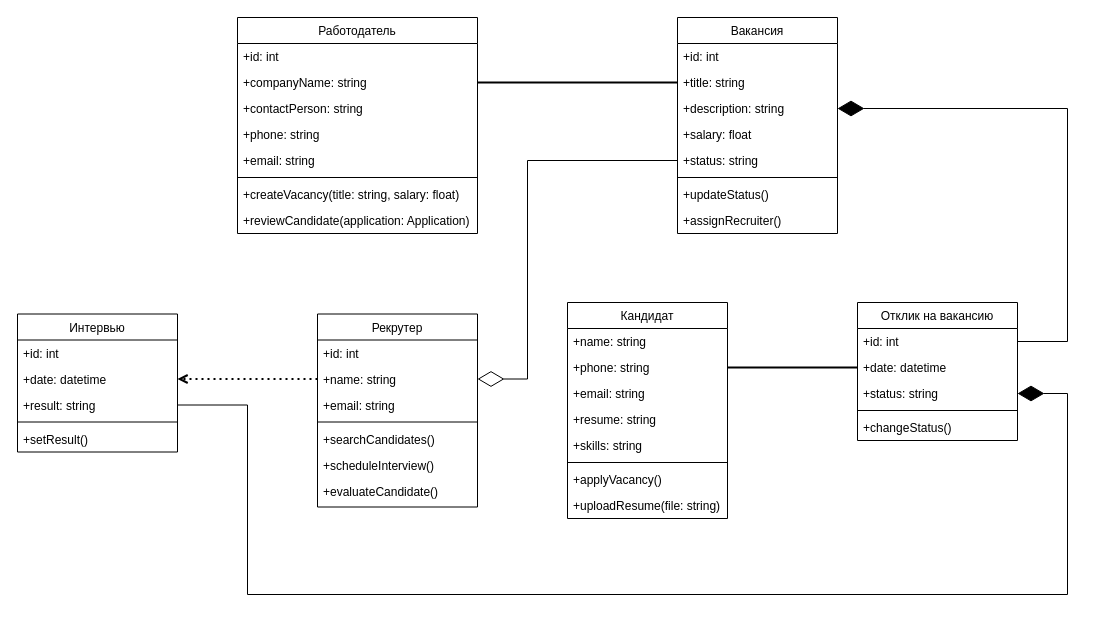
Above: Классов_.drawio in Regdal-cyber/Coursework (draw.io), before the change. Source tidied: cells renumbered, new cells numbered last; positions are measured from the earlier drawing's top-left corner, leaving out a move shared by most shapes. Both pictures are drawn from the tidied source at 100%, with x=0, y=0 at pixel (17, 17).
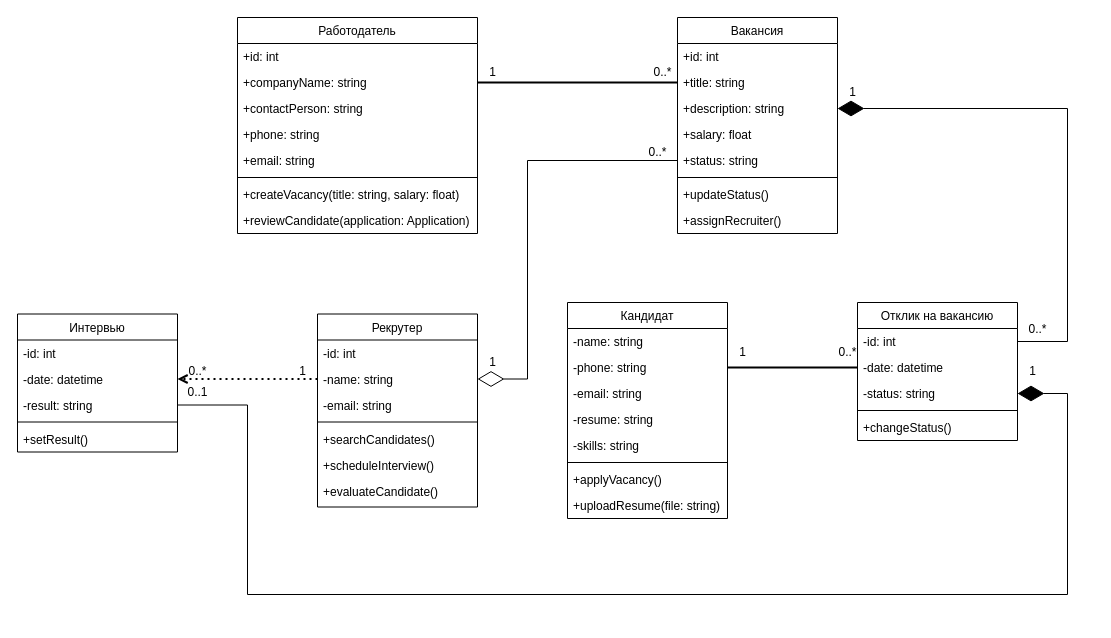
Above is the later version.

Unchanged cells that the change refers to:
```xml
<mxCell id="21" value="Рекрутер" style="swimlane;fontStyle=0;align=center;verticalAlign=top;horizontal=1;startSize=26;rounded=0;shadow=0;strokeWidth=1;" parent="1" vertex="1">
  <mxGeometry x="300" y="296.5" width="160" height="193" as="geometry" />
</mxCell>
<mxCell id="30" value="Кандидат" style="swimlane;fontStyle=0;align=center;verticalAlign=top;horizontal=1;startSize=26;rounded=0;shadow=0;strokeWidth=1;" parent="1" vertex="1">
  <mxGeometry x="550" y="285" width="160" height="216" as="geometry" />
</mxCell>
<mxCell id="39" value="Отклик на вакансию" style="swimlane;fontStyle=0;align=center;verticalAlign=top;horizontal=1;startSize=26;rounded=0;shadow=0;strokeWidth=1;" parent="1" vertex="1">
  <mxGeometry x="840" y="285" width="160" height="138" as="geometry" />
</mxCell>
<mxCell id="45" value="Интервью" style="swimlane;fontStyle=0;align=center;verticalAlign=top;horizontal=1;startSize=26;rounded=0;shadow=0;strokeWidth=1;" parent="1" vertex="1">
  <mxGeometry y="296.5" width="160" height="138" as="geometry" />
</mxCell>
```

The edit, as a diff of the source:
```diff
@@
-    <mxCell id="22" value="+id: int " style="text;align=left;verticalAlign=top;spacingLeft=4;spacingRight=4;overflow=hidden;" parent="21" vertex="1">
+    <mxCell id="22" value="-id: int " style="text;align=left;verticalAlign=top;spacingLeft=4;spacingRight=4;overflow=hidden;" parent="21" vertex="1">
       <mxGeometry y="26" width="160" height="26" as="geometry" />
     </mxCell>
-    <mxCell id="23" value="+name: string" style="text;align=left;verticalAlign=top;spacingLeft=4;spacingRight=4;overflow=hidden;points=[[0,0.5],[1,0.5]];portConstraint=eastwest;rounded=0;shadow=0;html=0;" parent="21" vertex="1">
+    <mxCell id="23" value="-name: string" style="text;align=left;verticalAlign=top;spacingLeft=4;spacingRight=4;overflow=hidden;points=[[0,0.5],[1,0.5]];portConstraint=eastwest;rounded=0;shadow=0;html=0;" parent="21" vertex="1">
       <mxGeometry y="52" width="160" height="26" as="geometry" />
     </mxCell>
-    <mxCell id="24" value="+email: string" style="text;align=left;verticalAlign=top;spacingLeft=4;spacingRight=4;overflow=hidden;rounded=0;shadow=0;html=0;" parent="21" vertex="1">
+    <mxCell id="24" value="-email: string" style="text;align=left;verticalAlign=top;spacingLeft=4;spacingRight=4;overflow=hidden;rounded=0;shadow=0;html=0;" parent="21" vertex="1">
       <mxGeometry y="78" width="160" height="26" as="geometry" />
     </mxCell>
@@
-    <mxCell id="31" value="+name: string " style="text;align=left;verticalAlign=top;spacingLeft=4;spacingRight=4;overflow=hidden;rounded=0;shadow=0;html=0;" parent="30" vertex="1">
+    <mxCell id="31" value="-name: string " style="text;align=left;verticalAlign=top;spacingLeft=4;spacingRight=4;overflow=hidden;rounded=0;shadow=0;html=0;" parent="30" vertex="1">
       <mxGeometry y="26" width="160" height="26" as="geometry" />
     </mxCell>
-    <mxCell id="32" value="+phone: string" style="text;align=left;verticalAlign=top;spacingLeft=4;spacingRight=4;overflow=hidden;points=[[0,0.5],[1,0.5]];portConstraint=eastwest;rounded=0;shadow=0;html=0;" parent="30" vertex="1">
+    <mxCell id="32" value="-phone: string" style="text;align=left;verticalAlign=top;spacingLeft=4;spacingRight=4;overflow=hidden;points=[[0,0.5],[1,0.5]];portConstraint=eastwest;rounded=0;shadow=0;html=0;" parent="30" vertex="1">
       <mxGeometry y="52" width="160" height="26" as="geometry" />
     </mxCell>
-    <mxCell id="33" value="+email: string" style="text;align=left;verticalAlign=top;spacingLeft=4;spacingRight=4;overflow=hidden;rounded=0;shadow=0;html=0;" parent="30" vertex="1">
+    <mxCell id="33" value="-email: string" style="text;align=left;verticalAlign=top;spacingLeft=4;spacingRight=4;overflow=hidden;rounded=0;shadow=0;html=0;" parent="30" vertex="1">
       <mxGeometry y="78" width="160" height="26" as="geometry" />
     </mxCell>
-    <mxCell id="34" value="+resume: string" style="text;align=left;verticalAlign=top;spacingLeft=4;spacingRight=4;overflow=hidden;rounded=0;shadow=0;html=0;" parent="30" vertex="1">
+    <mxCell id="34" value="-resume: string" style="text;align=left;verticalAlign=top;spacingLeft=4;spacingRight=4;overflow=hidden;rounded=0;shadow=0;html=0;" parent="30" vertex="1">
       <mxGeometry y="104" width="160" height="26" as="geometry" />
     </mxCell>
-    <mxCell id="35" value="+skills: string" style="text;align=left;verticalAlign=top;spacingLeft=4;spacingRight=4;overflow=hidden;rounded=0;shadow=0;html=0;" parent="30" vertex="1">
+    <mxCell id="35" value="-skills: string" style="text;align=left;verticalAlign=top;spacingLeft=4;spacingRight=4;overflow=hidden;rounded=0;shadow=0;html=0;" parent="30" vertex="1">
       <mxGeometry y="130" width="160" height="26" as="geometry" />
     </mxCell>
@@
-    <mxCell id="40" value="+id: int " style="text;align=left;verticalAlign=top;spacingLeft=4;spacingRight=4;overflow=hidden;points=[[0,0.5],[1,0.5]];portConstraint=eastwest;" parent="39" vertex="1">
+    <mxCell id="40" value="-id: int " style="text;align=left;verticalAlign=top;spacingLeft=4;spacingRight=4;overflow=hidden;points=[[0,0.5],[1,0.5]];portConstraint=eastwest;" parent="39" vertex="1">
       <mxGeometry y="26" width="160" height="26" as="geometry" />
     </mxCell>
-    <mxCell id="41" value="+date: datetime" style="text;align=left;verticalAlign=top;spacingLeft=4;spacingRight=4;overflow=hidden;points=[[0,0.5],[1,0.5]];portConstraint=eastwest;rounded=0;shadow=0;html=0;" parent="39" vertex="1">
+    <mxCell id="41" value="-date: datetime" style="text;align=left;verticalAlign=top;spacingLeft=4;spacingRight=4;overflow=hidden;points=[[0,0.5],[1,0.5]];portConstraint=eastwest;rounded=0;shadow=0;html=0;" parent="39" vertex="1">
       <mxGeometry y="52" width="160" height="26" as="geometry" />
     </mxCell>
-    <mxCell id="42" value="+status: string" style="text;align=left;verticalAlign=top;spacingLeft=4;spacingRight=4;overflow=hidden;points=[[0,0.5],[1,0.5]];portConstraint=eastwest;rounded=0;shadow=0;html=0;" parent="39" vertex="1">
+    <mxCell id="42" value="-status: string" style="text;align=left;verticalAlign=top;spacingLeft=4;spacingRight=4;overflow=hidden;points=[[0,0.5],[1,0.5]];portConstraint=eastwest;rounded=0;shadow=0;html=0;" parent="39" vertex="1">
       <mxGeometry y="78" width="160" height="26" as="geometry" />
     </mxCell>
@@
-    <mxCell id="46" value="+id: int " style="text;align=left;verticalAlign=top;spacingLeft=4;spacingRight=4;overflow=hidden;" parent="45" vertex="1">
+    <mxCell id="46" value="-id: int " style="text;align=left;verticalAlign=top;spacingLeft=4;spacingRight=4;overflow=hidden;" parent="45" vertex="1">
       <mxGeometry y="26" width="160" height="26" as="geometry" />
     </mxCell>
-    <mxCell id="47" value="+date: datetime " style="text;align=left;verticalAlign=top;spacingLeft=4;spacingRight=4;overflow=hidden;points=[[0,0.5],[1,0.5]];portConstraint=eastwest;rounded=0;shadow=0;html=0;" parent="45" vertex="1">
+    <mxCell id="47" value="-date: datetime " style="text;align=left;verticalAlign=top;spacingLeft=4;spacingRight=4;overflow=hidden;points=[[0,0.5],[1,0.5]];portConstraint=eastwest;rounded=0;shadow=0;html=0;" parent="45" vertex="1">
       <mxGeometry y="52" width="160" height="26" as="geometry" />
     </mxCell>
-    <mxCell id="48" value="+result: string" style="text;align=left;verticalAlign=top;spacingLeft=4;spacingRight=4;overflow=hidden;points=[[0,0.5],[1,0.5]];portConstraint=eastwest;rounded=0;shadow=0;html=0;" parent="45" vertex="1">
+    <mxCell id="48" value="-result: string" style="text;align=left;verticalAlign=top;spacingLeft=4;spacingRight=4;overflow=hidden;points=[[0,0.5],[1,0.5]];portConstraint=eastwest;rounded=0;shadow=0;html=0;" parent="45" vertex="1">
       <mxGeometry y="78" width="160" height="26" as="geometry" />
     </mxCell>
@@
+    <mxCell id="55" value="1" style="text;html=1;align=center;verticalAlign=middle;strokeColor=none;fillColor=none;" parent="1" vertex="1">
+      <mxGeometry x="710" y="320" width="30" height="30" as="geometry" />
+    </mxCell>
+    <mxCell id="56" value="0..*" style="text;html=1;align=center;verticalAlign=middle;strokeColor=none;fillColor=none;" parent="1" vertex="1">
+      <mxGeometry x="625" y="40" width="40" height="30" as="geometry" />
+    </mxCell>
+    <mxCell id="57" value="0..*" style="text;html=1;align=center;verticalAlign=middle;strokeColor=none;fillColor=none;" parent="1" vertex="1">
+      <mxGeometry x="810" y="320" width="40" height="30" as="geometry" />
+    </mxCell>
+    <mxCell id="58" value="1" style="text;html=1;align=center;verticalAlign=middle;strokeColor=none;fillColor=none;" parent="1" vertex="1">
+      <mxGeometry x="820" y="60" width="30" height="30" as="geometry" />
+    </mxCell>
+    <mxCell id="59" value="0..*" style="text;html=1;align=center;verticalAlign=middle;strokeColor=none;fillColor=none;" parent="1" vertex="1">
+      <mxGeometry x="1000" y="296.5" width="40" height="30" as="geometry" />
+    </mxCell>
+    <mxCell id="60" value="1" style="text;html=1;align=center;verticalAlign=middle;strokeColor=none;fillColor=none;" parent="1" vertex="1">
+      <mxGeometry x="460" y="40" width="30" height="30" as="geometry" />
+    </mxCell>
+    <mxCell id="61" value="1" style="text;html=1;align=center;verticalAlign=middle;strokeColor=none;fillColor=none;" parent="1" vertex="1">
+      <mxGeometry x="1000" y="339" width="30" height="30" as="geometry" />
+    </mxCell>
+    <mxCell id="62" value="0..1" style="text;html=1;align=center;verticalAlign=middle;strokeColor=none;fillColor=none;" parent="1" vertex="1">
+      <mxGeometry x="160" y="360" width="40" height="30" as="geometry" />
+    </mxCell>
+    <mxCell id="63" value="1" style="text;html=1;align=center;verticalAlign=middle;strokeColor=none;fillColor=none;" parent="1" vertex="1">
+      <mxGeometry x="460" y="330" width="30" height="30" as="geometry" />
+    </mxCell>
+    <mxCell id="64" value="0..*" style="text;html=1;align=center;verticalAlign=middle;strokeColor=none;fillColor=none;" parent="1" vertex="1">
+      <mxGeometry x="620" y="120" width="40" height="30" as="geometry" />
+    </mxCell>
+    <mxCell id="65" value="1" style="text;html=1;align=center;verticalAlign=middle;strokeColor=none;fillColor=none;" parent="1" vertex="1">
+      <mxGeometry x="270" y="339" width="30" height="30" as="geometry" />
+    </mxCell>
+    <mxCell id="66" value="0..*" style="text;html=1;align=center;verticalAlign=middle;strokeColor=none;fillColor=none;" parent="1" vertex="1">
+      <mxGeometry x="160" y="339" width="40" height="30" as="geometry" />
+    </mxCell>
```
